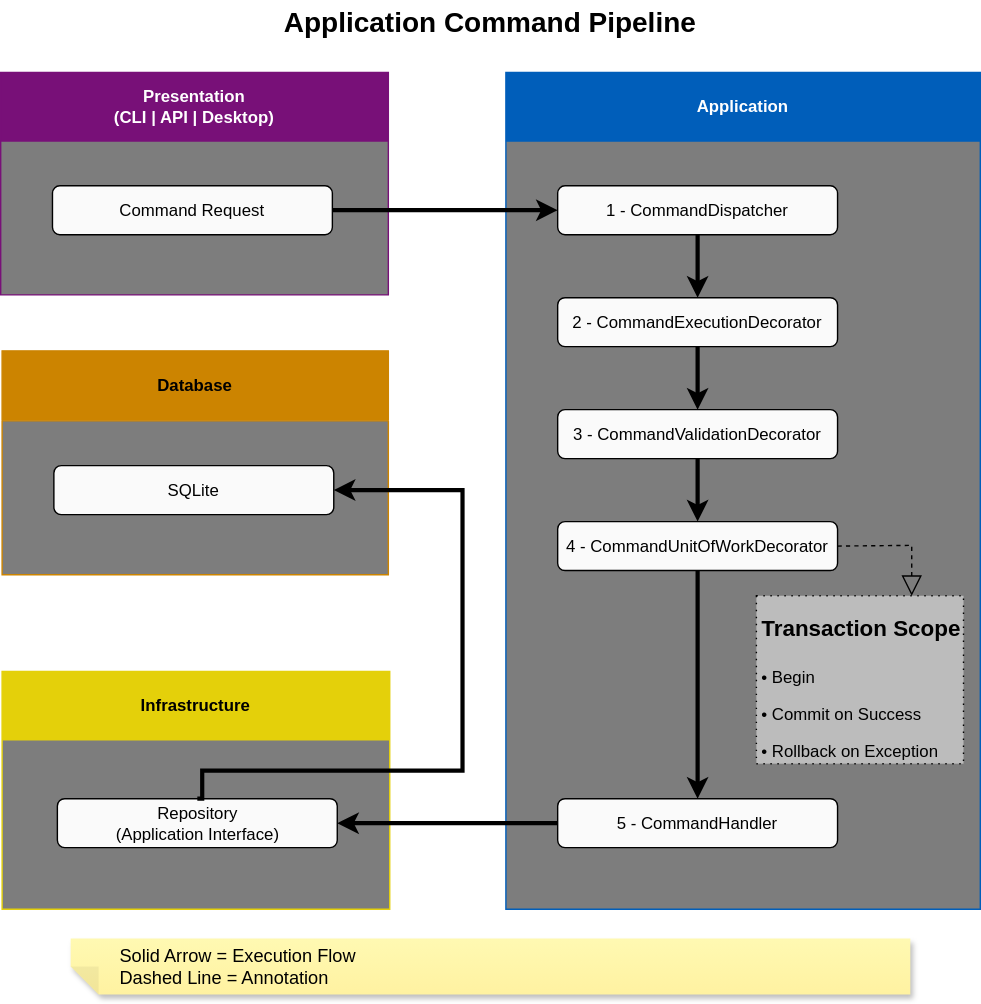
Above: docs/application/application-command-pipeline.svg in sergio-lopes-developer/whoami (draw.io), before the change. Source tidied: cells renumbered, new cells last; positions are measured from the earlier drawing's top-left corner, leaving out a move shared by most shapes.
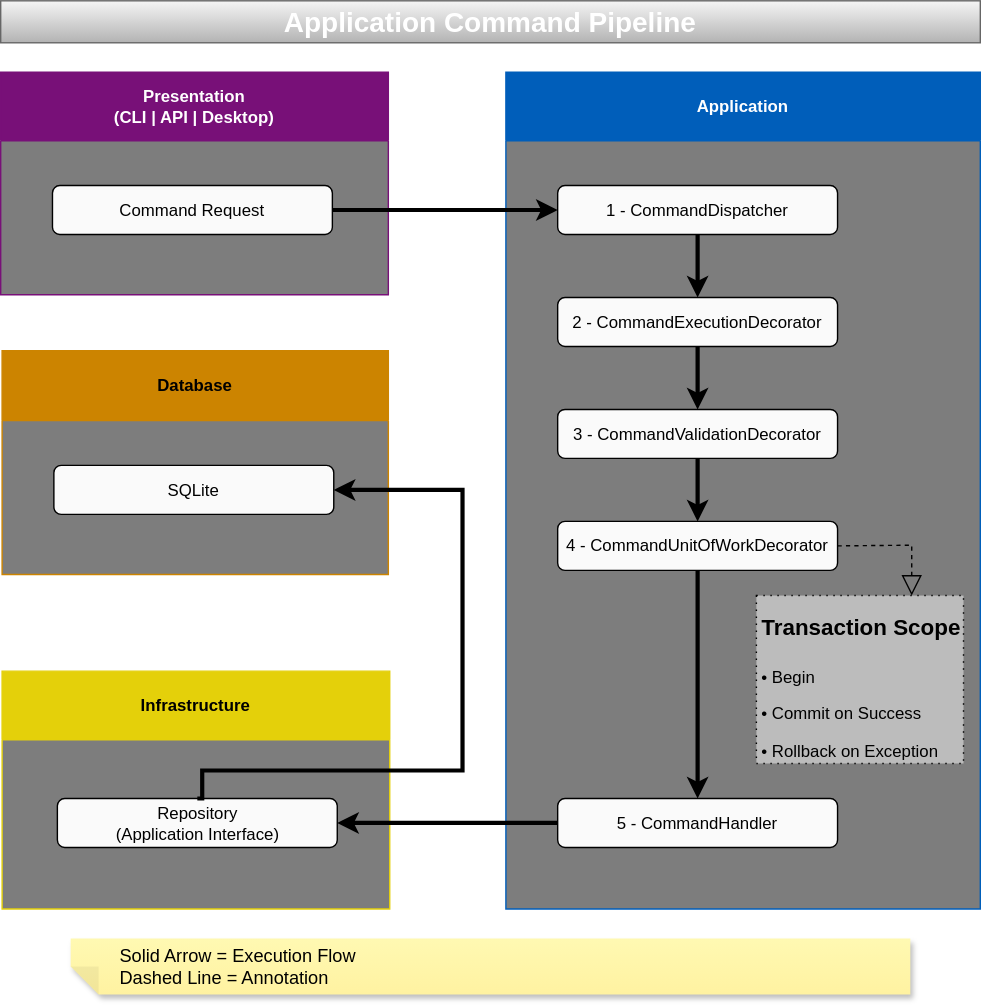
Later version of the same file.

Commit message:
docs: add diagram title backgrounds

The edit, as a diff of the source:
```diff
@@ -60,7 +60,7 @@
     <mxCell id="19" style="edgeStyle=orthogonalEdgeStyle;rounded=0;jettySize=auto;html=1;entryX=1;entryY=0.5;entryDx=0;entryDy=0;strokeWidth=3;strokeColor=light-dark(#000000,#FFFFFF);" parent="1" edge="1" source="13" target="17">
       <mxGeometry relative="1" as="geometry" />
     </mxCell>
-    <mxCell id="20" value="&lt;font style=&quot;color: light-dark(rgb(0, 0, 0), rgb(255, 255, 255));&quot;&gt;Application Command Pipeline&lt;/font&gt;" style="text;html=1;whiteSpace=wrap;strokeColor=none;fillColor=none;align=center;verticalAlign=middle;rounded=0;gradientColor=none;fontSize=20;fontStyle=1;fontColor=light-dark(#000000,#FFFFFF);" parent="1" vertex="1">
+    <mxCell id="20" value="&lt;font style=&quot;color: light-dark(rgb(255, 255, 255), rgb(255, 255, 255));&quot;&gt;Application Command Pipeline&lt;/font&gt;" style="text;html=1;whiteSpace=wrap;strokeColor=#666666;fillColor=#f5f5f5;align=center;verticalAlign=middle;rounded=0;fontSize=20;fontStyle=1;fillStyle=solid;gradientColor=#b3b3b3;fontColor=light-dark(#FFFFFF,#FFFFFF);" parent="1" vertex="1">
       <mxGeometry width="700" height="30" as="geometry" />
     </mxCell>
     <mxCell id="21" value="Database" style="swimlane;whiteSpace=wrap;html=1;fillColor=light-dark(#CC8400,#CC8400);strokeColor=light-dark(#CC8400,#CC8400);startSize=50;fontColor=light-dark(#000000,#000000);swimlaneFillColor=light-dark(#7D7D7D,#7D7D7D);gradientColor=none;fillStyle=solid;" parent="1" vertex="1">
```
